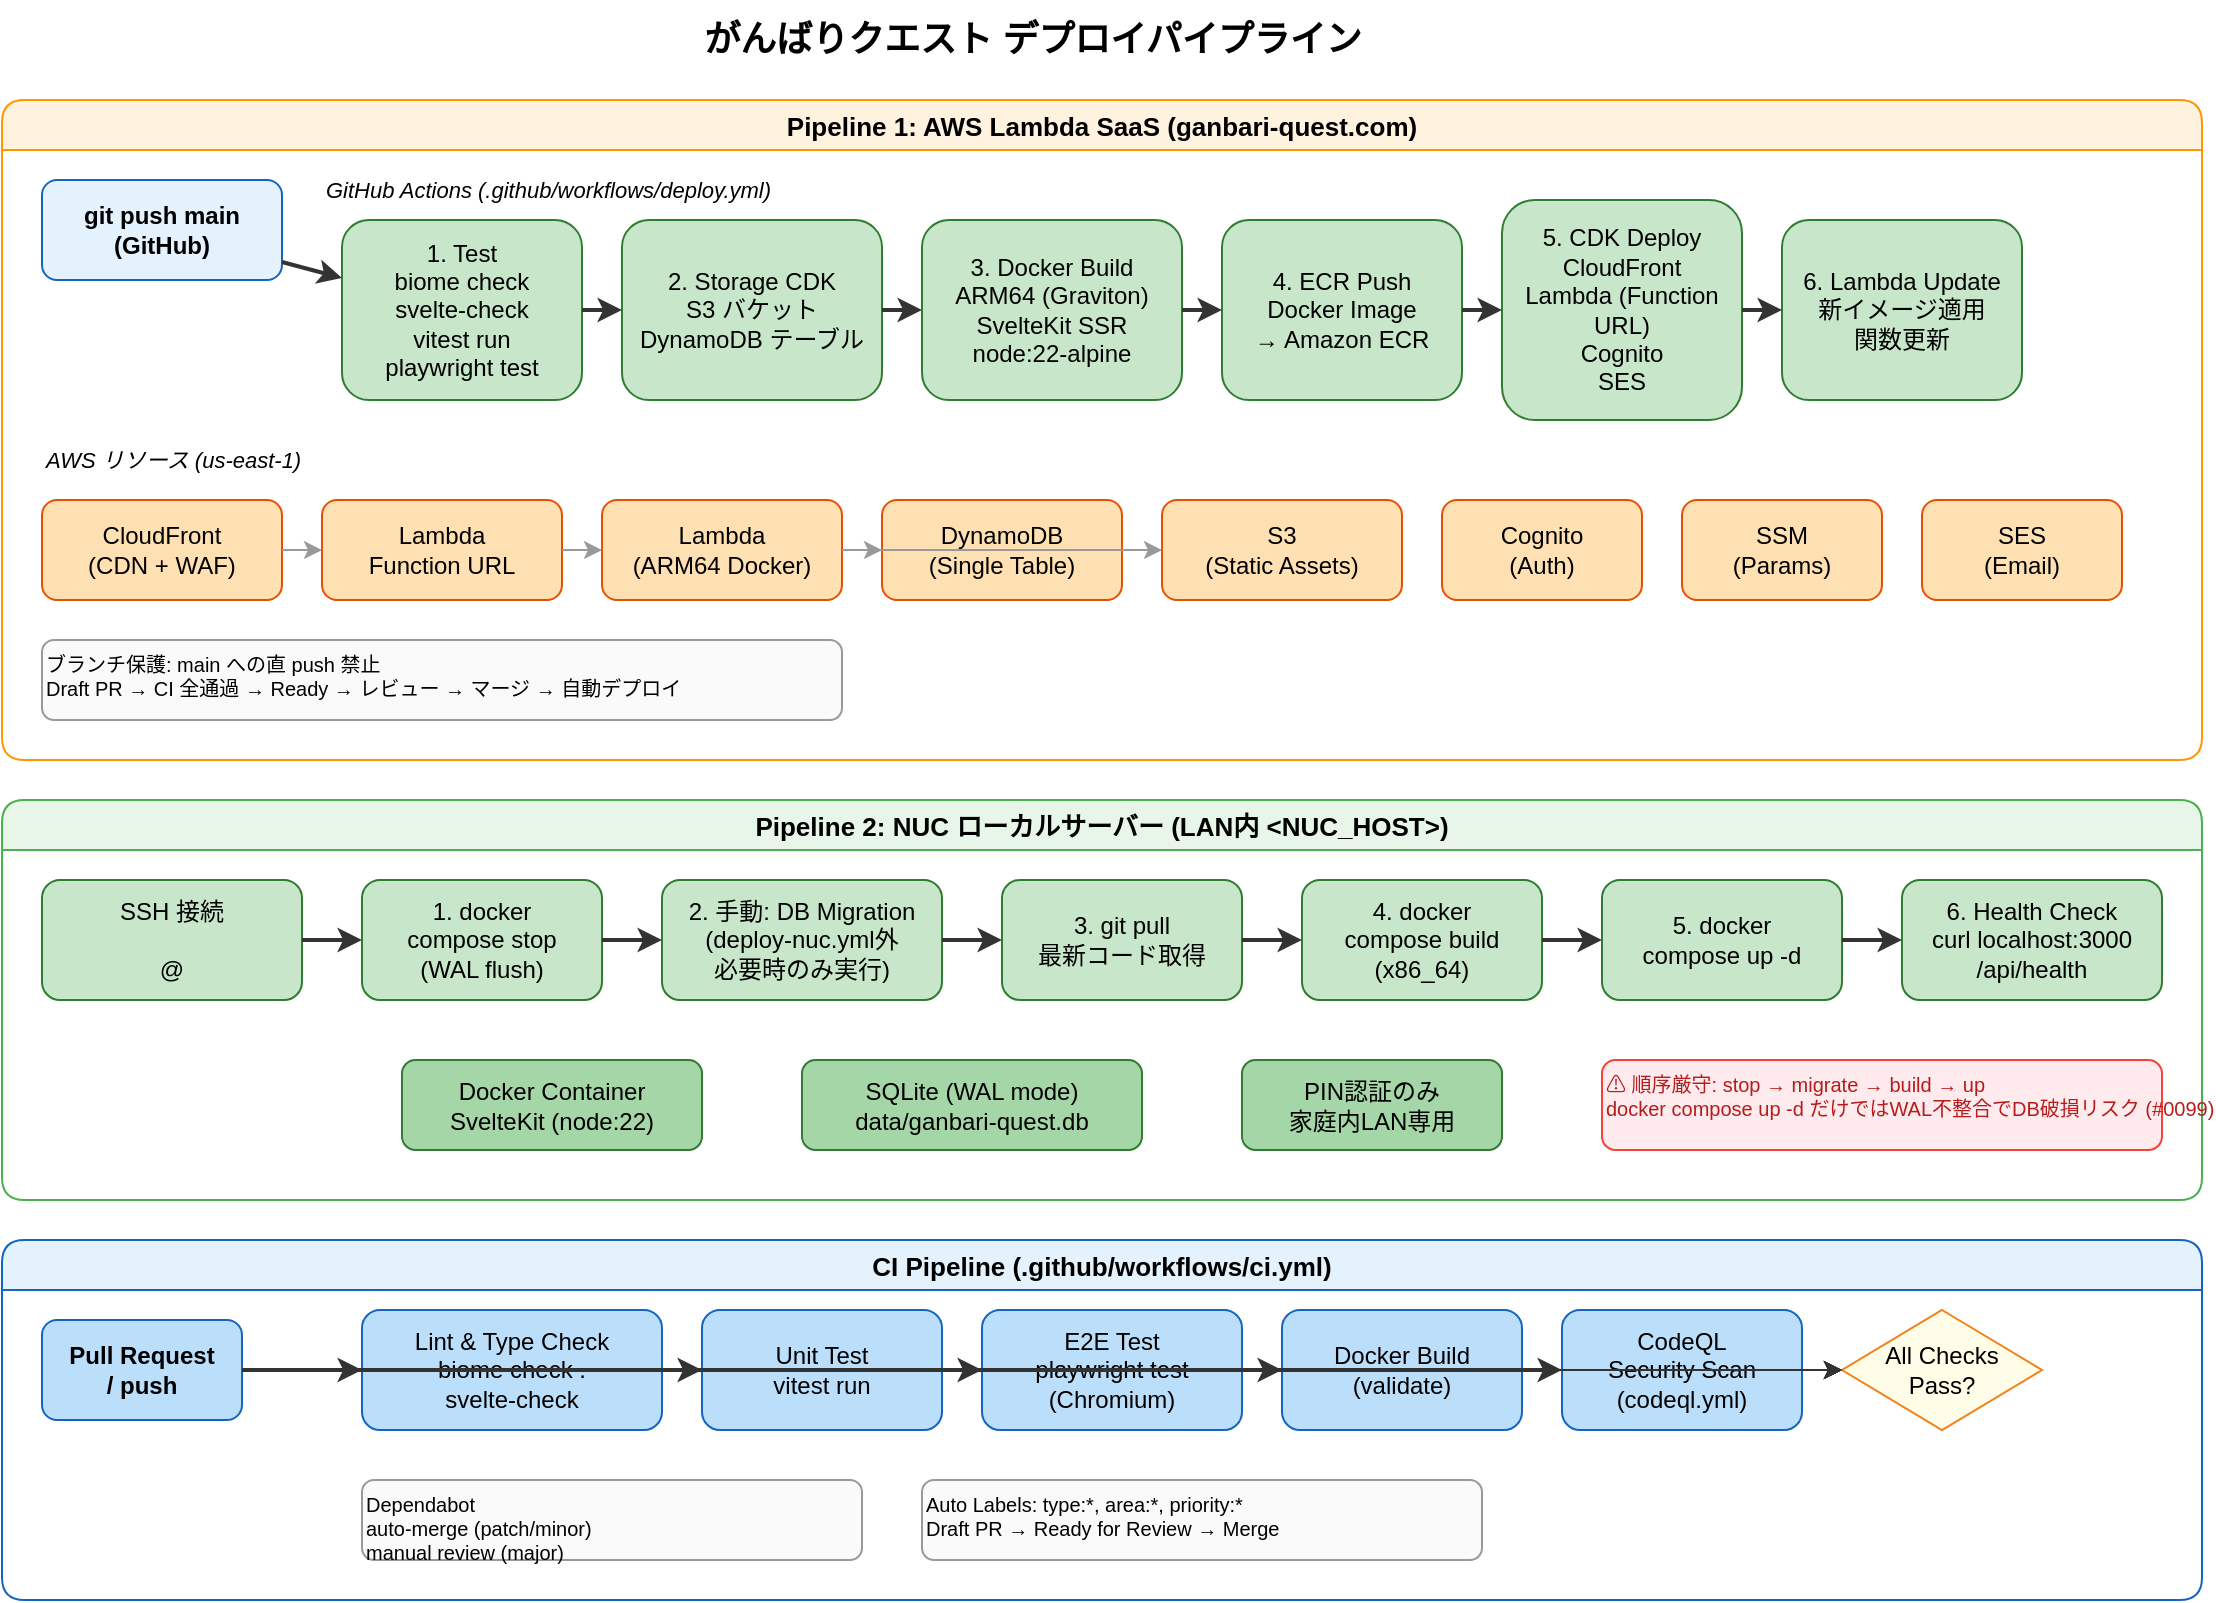
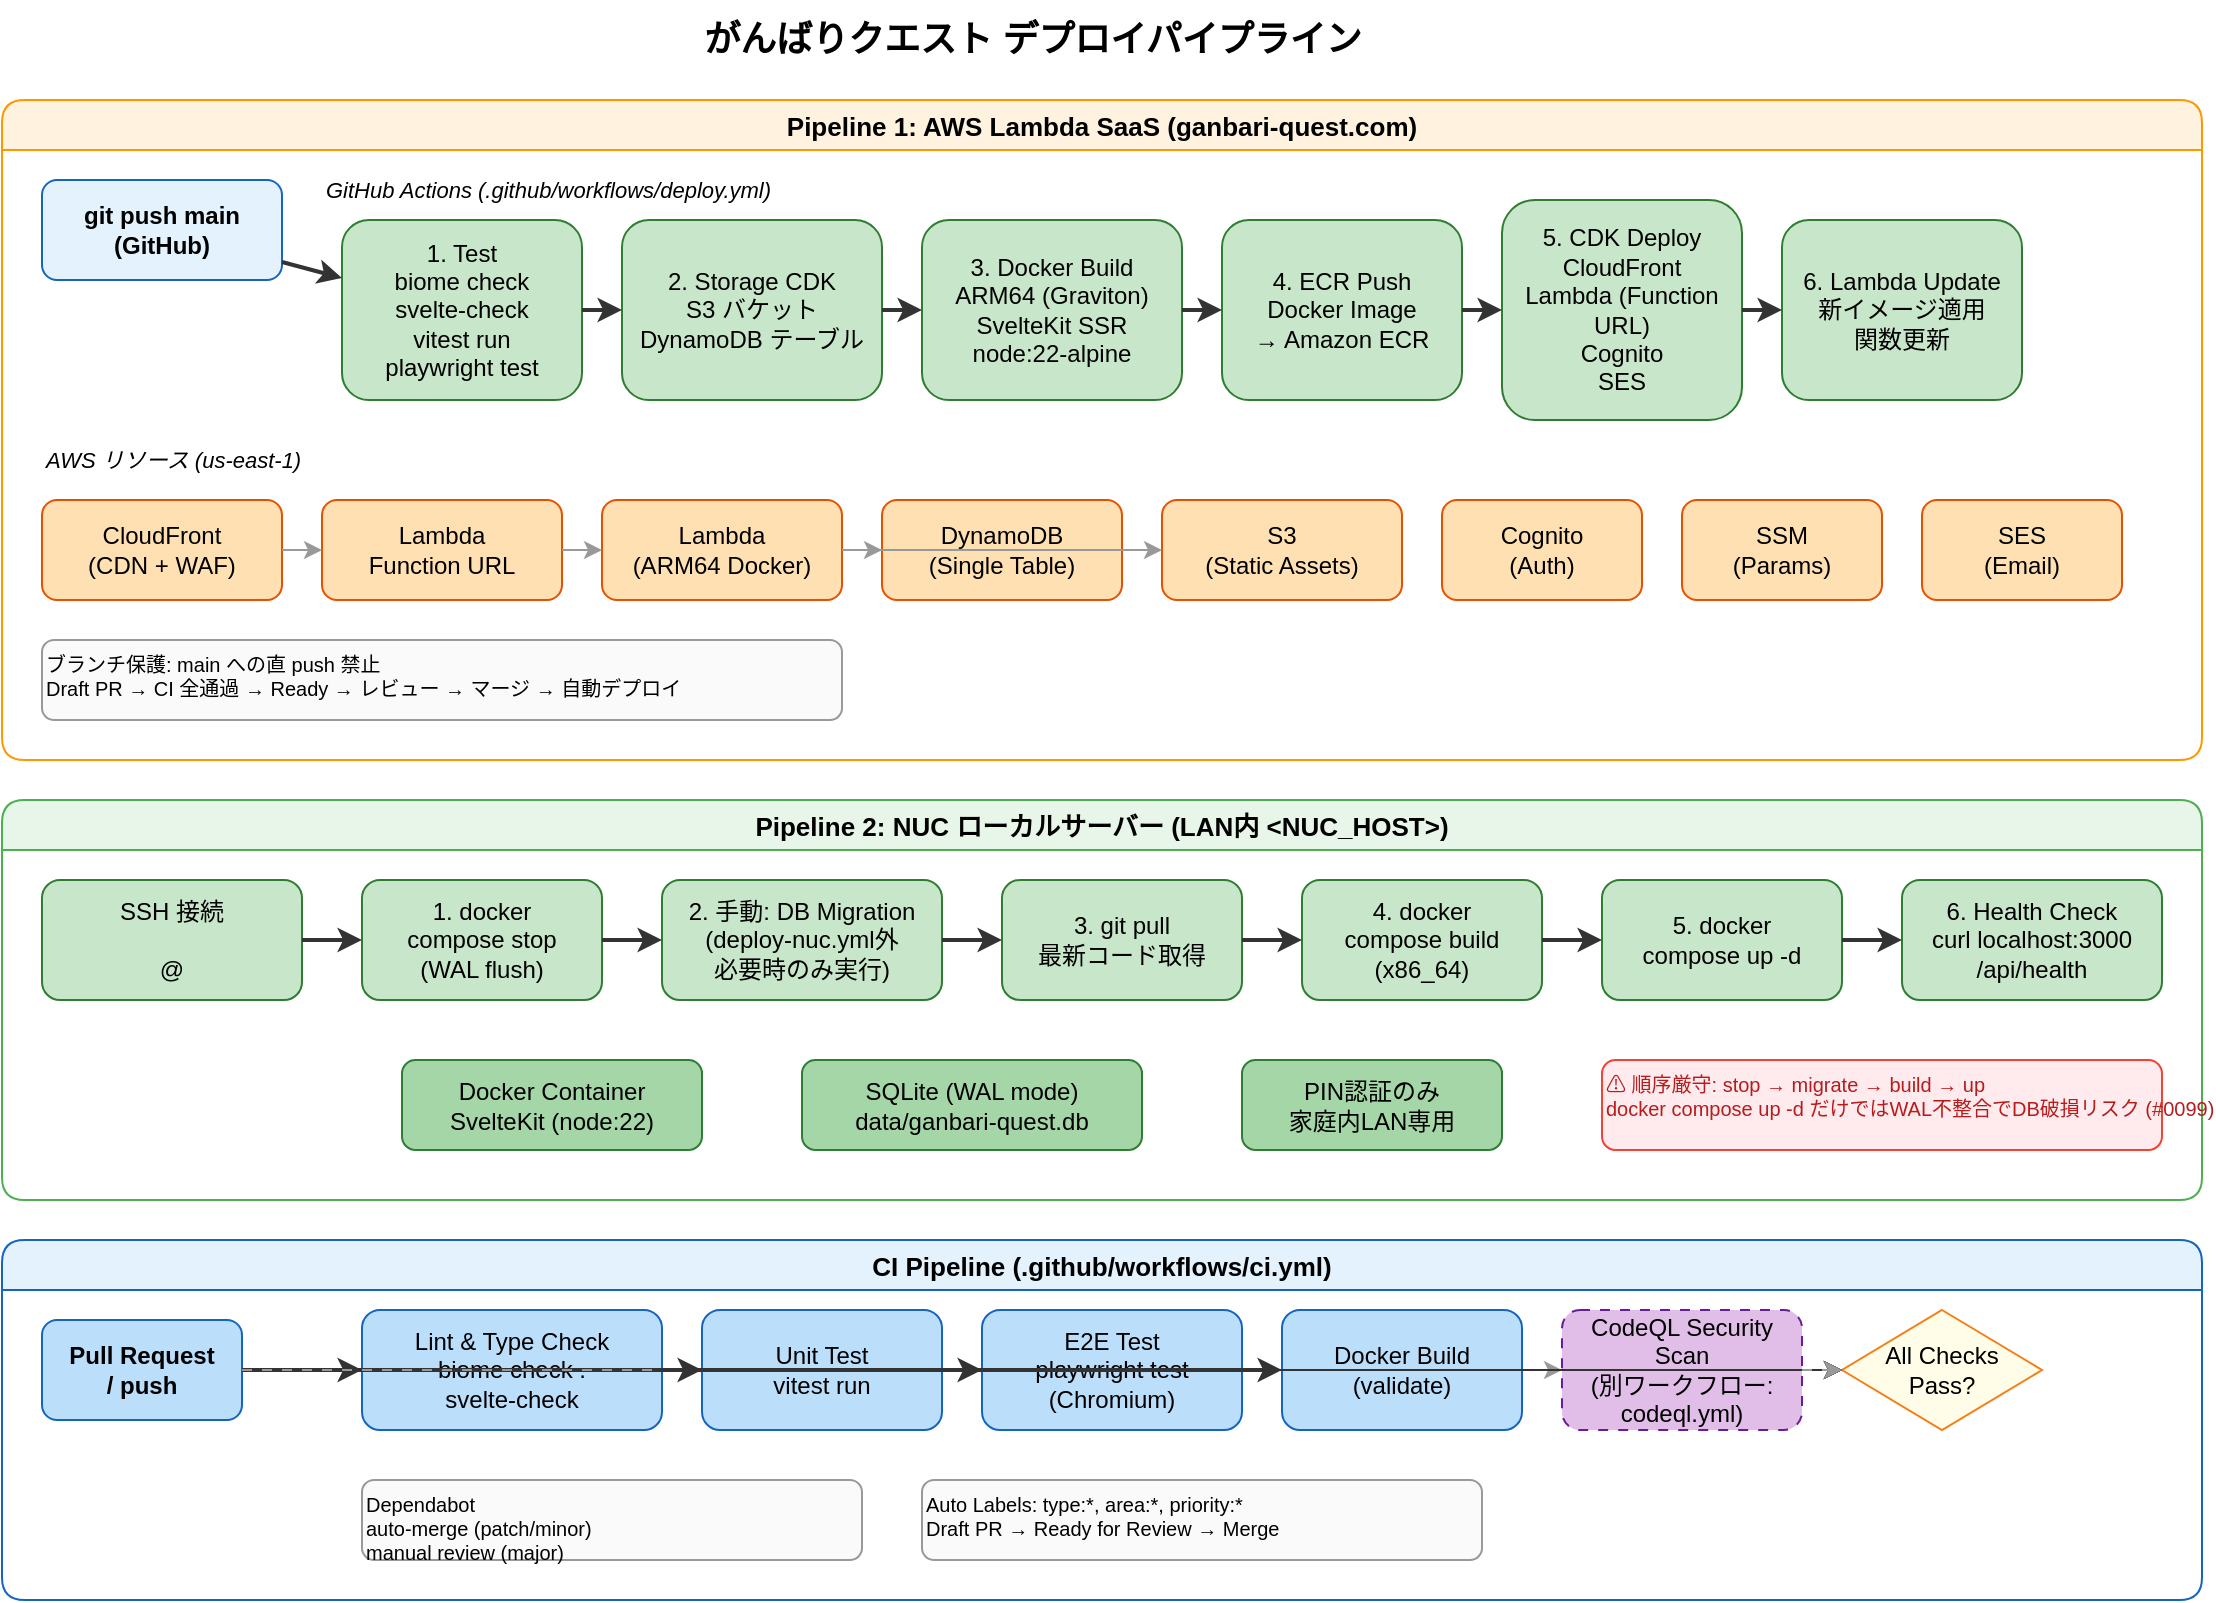
<mxfile host="app.diagrams.net" modified="2026-04-09" agent="Claude" version="24.0.0" type="device">
  <diagram id="deploy-pipeline" name="Deploy Pipeline">
    <mxGraphModel dx="1422" dy="900" grid="1" gridSize="10" guides="1" tooltips="1" connect="1" arrows="1" fold="1" page="1" pageScale="1" pageWidth="1169" pageHeight="827" math="0" shadow="0">
      <root>
        <mxCell id="0" />
        <mxCell id="1" parent="0" />

        <!-- Title -->
        <mxCell id="title" value="がんばりクエスト デプロイパイプライン" style="text;html=1;align=center;verticalAlign=middle;resizable=0;points=[];autosize=1;strokeColor=none;fillColor=none;fontSize=18;fontStyle=1;" vertex="1" parent="1">
          <mxGeometry x="320" y="10" width="450" height="40" as="geometry" />
        </mxCell>

        <!-- ===== Pipeline 1: AWS Lambda (SaaS) ===== -->
        <mxCell id="p1-group" value="Pipeline 1: AWS Lambda SaaS (ganbari-quest.com)" style="swimlane;startSize=25;fillColor=#FFF3E0;strokeColor=#FF9800;rounded=1;fontSize=13;fontStyle=1;" vertex="1" parent="1">
          <mxGeometry x="30" y="60" width="1100" height="330" as="geometry" />
        </mxCell>

        <!-- Trigger -->
        <mxCell id="p1-trigger" value="git push main&#xa;(GitHub)" style="rounded=1;whiteSpace=wrap;html=1;fillColor=#E3F2FD;strokeColor=#1565C0;fontStyle=1;" vertex="1" parent="p1-group">
          <mxGeometry x="20" y="40" width="120" height="50" as="geometry" />
        </mxCell>

        <!-- GitHub Actions -->
        <mxCell id="p1-ga-label" value="GitHub Actions (.github/workflows/deploy.yml)" style="text;html=1;align=left;verticalAlign=middle;strokeColor=none;fillColor=none;fontSize=11;fontStyle=2;" vertex="1" parent="p1-group">
          <mxGeometry x="160" y="35" width="350" height="20" as="geometry" />
        </mxCell>

        <!-- Step 1: Test -->
        <mxCell id="p1-test" value="1. Test&#xa;biome check&#xa;svelte-check&#xa;vitest run&#xa;playwright test" style="rounded=1;whiteSpace=wrap;html=1;fillColor=#C8E6C9;strokeColor=#2E7D32;" vertex="1" parent="p1-group">
          <mxGeometry x="170" y="60" width="120" height="90" as="geometry" />
        </mxCell>

        <!-- Step 2: Storage CDK -->
        <mxCell id="p1-storage" value="2. Storage CDK&#xa;S3 バケット&#xa;DynamoDB テーブル" style="rounded=1;whiteSpace=wrap;html=1;fillColor=#C8E6C9;strokeColor=#2E7D32;" vertex="1" parent="p1-group">
          <mxGeometry x="310" y="60" width="130" height="90" as="geometry" />
        </mxCell>

        <!-- Step 3: Docker Build -->
        <mxCell id="p1-docker" value="3. Docker Build&#xa;ARM64 (Graviton)&#xa;SvelteKit SSR&#xa;node:22-alpine" style="rounded=1;whiteSpace=wrap;html=1;fillColor=#C8E6C9;strokeColor=#2E7D32;" vertex="1" parent="p1-group">
          <mxGeometry x="460" y="60" width="130" height="90" as="geometry" />
        </mxCell>

        <!-- Step 4: ECR Push -->
        <mxCell id="p1-ecr" value="4. ECR Push&#xa;Docker Image&#xa;→ Amazon ECR" style="rounded=1;whiteSpace=wrap;html=1;fillColor=#C8E6C9;strokeColor=#2E7D32;" vertex="1" parent="p1-group">
          <mxGeometry x="610" y="60" width="120" height="90" as="geometry" />
        </mxCell>

        <!-- Step 5: CDK Deploy -->
        <mxCell id="p1-cdk" value="5. CDK Deploy&#xa;CloudFront&#xa;Lambda (Function URL)&#xa;Cognito&#xa;SES" style="rounded=1;whiteSpace=wrap;html=1;fillColor=#C8E6C9;strokeColor=#2E7D32;" vertex="1" parent="p1-group">
          <mxGeometry x="750" y="50" width="120" height="110" as="geometry" />
        </mxCell>

        <!-- Step 6: Lambda Update -->
        <mxCell id="p1-lambda" value="6. Lambda Update&#xa;新イメージ適用&#xa;関数更新" style="rounded=1;whiteSpace=wrap;html=1;fillColor=#C8E6C9;strokeColor=#2E7D32;" vertex="1" parent="p1-group">
          <mxGeometry x="890" y="60" width="120" height="90" as="geometry" />
        </mxCell>

        <!-- Arrows -->
        <mxCell id="p1-e1" style="strokeColor=#333;strokeWidth=2;" edge="1" source="p1-trigger" target="p1-test" parent="p1-group"><mxGeometry relative="1" as="geometry" /></mxCell>
        <mxCell id="p1-e2" style="strokeColor=#333;strokeWidth=2;" edge="1" source="p1-test" target="p1-storage" parent="p1-group"><mxGeometry relative="1" as="geometry" /></mxCell>
        <mxCell id="p1-e3" style="strokeColor=#333;strokeWidth=2;" edge="1" source="p1-storage" target="p1-docker" parent="p1-group"><mxGeometry relative="1" as="geometry" /></mxCell>
        <mxCell id="p1-e4" style="strokeColor=#333;strokeWidth=2;" edge="1" source="p1-docker" target="p1-ecr" parent="p1-group"><mxGeometry relative="1" as="geometry" /></mxCell>
        <mxCell id="p1-e5" style="strokeColor=#333;strokeWidth=2;" edge="1" source="p1-ecr" target="p1-cdk" parent="p1-group"><mxGeometry relative="1" as="geometry" /></mxCell>
        <mxCell id="p1-e6" style="strokeColor=#333;strokeWidth=2;" edge="1" source="p1-cdk" target="p1-lambda" parent="p1-group"><mxGeometry relative="1" as="geometry" /></mxCell>

        <!-- AWS Resources -->
        <mxCell id="p1-aws-label" value="AWS リソース (us-east-1)" style="text;html=1;align=left;verticalAlign=middle;strokeColor=none;fillColor=none;fontSize=11;fontStyle=2;" vertex="1" parent="p1-group">
          <mxGeometry x="20" y="170" width="250" height="20" as="geometry" />
        </mxCell>

        <mxCell id="p1-cf" value="CloudFront&#xa;(CDN + WAF)" style="rounded=1;whiteSpace=wrap;html=1;fillColor=#FFE0B2;strokeColor=#E65100;" vertex="1" parent="p1-group">
          <mxGeometry x="20" y="200" width="120" height="50" as="geometry" />
        </mxCell>
        <mxCell id="p1-apigw" value="Lambda&#xa;Function URL" style="rounded=1;whiteSpace=wrap;html=1;fillColor=#FFE0B2;strokeColor=#E65100;" vertex="1" parent="p1-group">
          <mxGeometry x="160" y="200" width="120" height="50" as="geometry" />
        </mxCell>
        <mxCell id="p1-lam" value="Lambda&#xa;(ARM64 Docker)" style="rounded=1;whiteSpace=wrap;html=1;fillColor=#FFE0B2;strokeColor=#E65100;" vertex="1" parent="p1-group">
          <mxGeometry x="300" y="200" width="120" height="50" as="geometry" />
        </mxCell>
        <mxCell id="p1-ddb" value="DynamoDB&#xa;(Single Table)" style="rounded=1;whiteSpace=wrap;html=1;fillColor=#FFE0B2;strokeColor=#E65100;" vertex="1" parent="p1-group">
          <mxGeometry x="440" y="200" width="120" height="50" as="geometry" />
        </mxCell>
        <mxCell id="p1-s3" value="S3&#xa;(Static Assets)" style="rounded=1;whiteSpace=wrap;html=1;fillColor=#FFE0B2;strokeColor=#E65100;" vertex="1" parent="p1-group">
          <mxGeometry x="580" y="200" width="120" height="50" as="geometry" />
        </mxCell>
        <mxCell id="p1-cog" value="Cognito&#xa;(Auth)" style="rounded=1;whiteSpace=wrap;html=1;fillColor=#FFE0B2;strokeColor=#E65100;" vertex="1" parent="p1-group">
          <mxGeometry x="720" y="200" width="100" height="50" as="geometry" />
        </mxCell>
        <mxCell id="p1-ssm" value="SSM&#xa;(Params)" style="rounded=1;whiteSpace=wrap;html=1;fillColor=#FFE0B2;strokeColor=#E65100;" vertex="1" parent="p1-group">
          <mxGeometry x="840" y="200" width="100" height="50" as="geometry" />
        </mxCell>
        <mxCell id="p1-ses2" value="SES&#xa;(Email)" style="rounded=1;whiteSpace=wrap;html=1;fillColor=#FFE0B2;strokeColor=#E65100;" vertex="1" parent="p1-group">
          <mxGeometry x="960" y="200" width="100" height="50" as="geometry" />
        </mxCell>

        <mxCell id="p1-aws-e1" style="strokeColor=#999;strokeWidth=1;" edge="1" source="p1-cf" target="p1-apigw" parent="p1-group"><mxGeometry relative="1" as="geometry" /></mxCell>
        <mxCell id="p1-aws-e2" style="strokeColor=#999;strokeWidth=1;" edge="1" source="p1-apigw" target="p1-lam" parent="p1-group"><mxGeometry relative="1" as="geometry" /></mxCell>
        <mxCell id="p1-aws-e3" style="strokeColor=#999;strokeWidth=1;" edge="1" source="p1-lam" target="p1-ddb" parent="p1-group"><mxGeometry relative="1" as="geometry" /></mxCell>
        <mxCell id="p1-aws-e4" style="strokeColor=#999;strokeWidth=1;" edge="1" source="p1-lam" target="p1-s3" parent="p1-group"><mxGeometry relative="1" as="geometry" /></mxCell>

        <!-- Note -->
        <mxCell id="p1-note" value="ブランチ保護: main への直 push 禁止&#xa;Draft PR → CI 全通過 → Ready → レビュー → マージ → 自動デプロイ" style="text;html=1;align=left;verticalAlign=top;strokeColor=#999;fillColor=#FAFAFA;rounded=1;fontSize=10;" vertex="1" parent="p1-group">
          <mxGeometry x="20" y="270" width="400" height="40" as="geometry" />
        </mxCell>

        <!-- ===== Pipeline 2: NUC Local (LAN) ===== -->
        <mxCell id="p2-group" value="Pipeline 2: NUC ローカルサーバー (LAN内 &lt;NUC_HOST&gt;)" style="swimlane;startSize=25;fillColor=#E8F5E9;strokeColor=#4CAF50;rounded=1;fontSize=13;fontStyle=1;" vertex="1" parent="1">
          <mxGeometry x="30" y="410" width="1100" height="200" as="geometry" />
        </mxCell>

        <mxCell id="p2-ssh" value="SSH 接続&#xa;&lt;NUC_USER&gt;&#xa;@&lt;NUC_HOST&gt;" style="rounded=1;whiteSpace=wrap;html=1;fillColor=#C8E6C9;strokeColor=#2E7D32;" vertex="1" parent="p2-group">
          <mxGeometry x="20" y="40" width="130" height="60" as="geometry" />
        </mxCell>
        <mxCell id="p2-stop" value="1. docker&#xa;compose stop&#xa;(WAL flush)" style="rounded=1;whiteSpace=wrap;html=1;fillColor=#C8E6C9;strokeColor=#2E7D32;" vertex="1" parent="p2-group">
          <mxGeometry x="180" y="40" width="120" height="60" as="geometry" />
        </mxCell>
        <mxCell id="p2-migrate" value="2. 手動: DB Migration&#xa;(deploy-nuc.yml外&#xa;必要時のみ実行)" style="rounded=1;whiteSpace=wrap;html=1;fillColor=#C8E6C9;strokeColor=#2E7D32;" vertex="1" parent="p2-group">
          <mxGeometry x="330" y="40" width="140" height="60" as="geometry" />
        </mxCell>
        <mxCell id="p2-pull" value="3. git pull&#xa;最新コード取得" style="rounded=1;whiteSpace=wrap;html=1;fillColor=#C8E6C9;strokeColor=#2E7D32;" vertex="1" parent="p2-group">
          <mxGeometry x="500" y="40" width="120" height="60" as="geometry" />
        </mxCell>
        <mxCell id="p2-build" value="4. docker&#xa;compose build&#xa;(x86_64)" style="rounded=1;whiteSpace=wrap;html=1;fillColor=#C8E6C9;strokeColor=#2E7D32;" vertex="1" parent="p2-group">
          <mxGeometry x="650" y="40" width="120" height="60" as="geometry" />
        </mxCell>
        <mxCell id="p2-up" value="5. docker&#xa;compose up -d" style="rounded=1;whiteSpace=wrap;html=1;fillColor=#C8E6C9;strokeColor=#2E7D32;" vertex="1" parent="p2-group">
          <mxGeometry x="800" y="40" width="120" height="60" as="geometry" />
        </mxCell>
        <mxCell id="p2-health" value="6. Health Check&#xa;curl localhost:3000&#xa;/api/health" style="rounded=1;whiteSpace=wrap;html=1;fillColor=#C8E6C9;strokeColor=#2E7D32;" vertex="1" parent="p2-group">
          <mxGeometry x="950" y="40" width="130" height="60" as="geometry" />
        </mxCell>

        <mxCell id="p2-e1" style="strokeColor=#333;strokeWidth=2;" edge="1" source="p2-ssh" target="p2-stop" parent="p2-group"><mxGeometry relative="1" as="geometry" /></mxCell>
        <mxCell id="p2-e2" style="strokeColor=#333;strokeWidth=2;" edge="1" source="p2-stop" target="p2-migrate" parent="p2-group"><mxGeometry relative="1" as="geometry" /></mxCell>
        <mxCell id="p2-e3" style="strokeColor=#333;strokeWidth=2;" edge="1" source="p2-migrate" target="p2-pull" parent="p2-group"><mxGeometry relative="1" as="geometry" /></mxCell>
        <mxCell id="p2-e4" style="strokeColor=#333;strokeWidth=2;" edge="1" source="p2-pull" target="p2-build" parent="p2-group"><mxGeometry relative="1" as="geometry" /></mxCell>
        <mxCell id="p2-e5" style="strokeColor=#333;strokeWidth=2;" edge="1" source="p2-build" target="p2-up" parent="p2-group"><mxGeometry relative="1" as="geometry" /></mxCell>
        <mxCell id="p2-e6" style="strokeColor=#333;strokeWidth=2;" edge="1" source="p2-up" target="p2-health" parent="p2-group"><mxGeometry relative="1" as="geometry" /></mxCell>

        <!-- NUC Resources -->
        <mxCell id="p2-docker-res" value="Docker Container&#xa;SvelteKit (node:22)" style="rounded=1;whiteSpace=wrap;html=1;fillColor=#A5D6A7;strokeColor=#2E7D32;" vertex="1" parent="p2-group">
          <mxGeometry x="200" y="130" width="150" height="45" as="geometry" />
        </mxCell>
        <mxCell id="p2-sqlite" value="SQLite (WAL mode)&#xa;data/ganbari-quest.db" style="rounded=1;whiteSpace=wrap;html=1;fillColor=#A5D6A7;strokeColor=#2E7D32;" vertex="1" parent="p2-group">
          <mxGeometry x="400" y="130" width="170" height="45" as="geometry" />
        </mxCell>
        <mxCell id="p2-auth" value="PIN認証のみ&#xa;家庭内LAN専用" style="rounded=1;whiteSpace=wrap;html=1;fillColor=#A5D6A7;strokeColor=#2E7D32;" vertex="1" parent="p2-group">
          <mxGeometry x="620" y="130" width="130" height="45" as="geometry" />
        </mxCell>

        <!-- Warning -->
        <mxCell id="p2-warn" value="⚠ 順序厳守: stop → migrate → build → up&#xa;docker compose up -d だけではWAL不整合でDB破損リスク (#0099)" style="text;html=1;align=left;verticalAlign=top;strokeColor=#F44336;fillColor=#FFEBEE;rounded=1;fontSize=10;fontColor=#B71C1C;" vertex="1" parent="p2-group">
          <mxGeometry x="800" y="130" width="280" height="45" as="geometry" />
        </mxCell>

        <!-- ===== CI Pipeline ===== -->
        <mxCell id="p3-group" value="CI Pipeline (.github/workflows/ci.yml)" style="swimlane;startSize=25;fillColor=#E3F2FD;strokeColor=#1565C0;rounded=1;fontSize=13;fontStyle=1;" vertex="1" parent="1">
          <mxGeometry x="30" y="630" width="1100" height="180" as="geometry" />
        </mxCell>

        <mxCell id="p3-pr" value="Pull Request&#xa;/ push" style="rounded=1;whiteSpace=wrap;html=1;fillColor=#BBDEFB;strokeColor=#1565C0;fontStyle=1;" vertex="1" parent="p3-group">
          <mxGeometry x="20" y="40" width="100" height="50" as="geometry" />
        </mxCell>

        <!-- Parallel jobs -->
        <mxCell id="p3-lint" value="Lint &amp; Type Check&#xa;biome check .&#xa;svelte-check" style="rounded=1;whiteSpace=wrap;html=1;fillColor=#BBDEFB;strokeColor=#1565C0;" vertex="1" parent="p3-group">
          <mxGeometry x="180" y="35" width="150" height="60" as="geometry" />
        </mxCell>
        <mxCell id="p3-unit" value="Unit Test&#xa;vitest run" style="rounded=1;whiteSpace=wrap;html=1;fillColor=#BBDEFB;strokeColor=#1565C0;" vertex="1" parent="p3-group">
          <mxGeometry x="350" y="35" width="120" height="60" as="geometry" />
        </mxCell>
        <mxCell id="p3-e2e" value="E2E Test&#xa;playwright test&#xa;(Chromium)" style="rounded=1;whiteSpace=wrap;html=1;fillColor=#BBDEFB;strokeColor=#1565C0;" vertex="1" parent="p3-group">
          <mxGeometry x="490" y="35" width="130" height="60" as="geometry" />
        </mxCell>
        <mxCell id="p3-docker-check" value="Docker Build&#xa;(validate)" style="rounded=1;whiteSpace=wrap;html=1;fillColor=#BBDEFB;strokeColor=#1565C0;" vertex="1" parent="p3-group">
          <mxGeometry x="640" y="35" width="120" height="60" as="geometry" />
        </mxCell>
-         <mxCell id="p3-codeql" value="CodeQL&#xa;Security Scan&#xa;(codeql.yml)" style="rounded=1;whiteSpace=wrap;html=1;fillColor=#BBDEFB;strokeColor=#1565C0;" vertex="1" parent="p3-group">
+         <mxCell id="p3-codeql" value="CodeQL Security Scan&#xa;(別ワークフロー:&#xa;codeql.yml)" style="rounded=1;whiteSpace=wrap;html=1;fillColor=#E1BEE7;strokeColor=#6A1B9A;dashed=1;dashPattern=5 5;" vertex="1" parent="p3-group">
          <mxGeometry x="780" y="35" width="120" height="60" as="geometry" />
        </mxCell>

        <!-- Result -->
        <mxCell id="p3-gate" value="All Checks&#xa;Pass?" style="shape=rhombus;whiteSpace=wrap;html=1;fillColor=#FFFDE7;strokeColor=#F57F17;" vertex="1" parent="p3-group">
          <mxGeometry x="920" y="35" width="100" height="60" as="geometry" />
        </mxCell>

        <mxCell id="p3-e1a" style="strokeColor=#333;strokeWidth=2;" edge="1" source="p3-pr" target="p3-lint" parent="p3-group"><mxGeometry relative="1" as="geometry" /></mxCell>
        <mxCell id="p3-e1b" style="strokeColor=#333;strokeWidth=2;" edge="1" source="p3-pr" target="p3-unit" parent="p3-group"><mxGeometry relative="1" as="geometry" /></mxCell>
        <mxCell id="p3-e1c" style="strokeColor=#333;strokeWidth=2;" edge="1" source="p3-pr" target="p3-e2e" parent="p3-group"><mxGeometry relative="1" as="geometry" /></mxCell>
        <mxCell id="p3-e1d" style="strokeColor=#333;strokeWidth=2;" edge="1" source="p3-pr" target="p3-docker-check" parent="p3-group"><mxGeometry relative="1" as="geometry" /></mxCell>
-         <mxCell id="p3-e1e" style="strokeColor=#333;strokeWidth=2;" edge="1" source="p3-pr" target="p3-codeql" parent="p3-group"><mxGeometry relative="1" as="geometry" /></mxCell>
+         <mxCell id="p3-e1e" style="strokeColor=#999;strokeWidth=1;dashed=1;dashPattern=5 5;" edge="1" source="p3-pr" target="p3-codeql" parent="p3-group"><mxGeometry relative="1" as="geometry" /></mxCell>
        <mxCell id="p3-e2a" style="strokeColor=#333;strokeWidth=1;" edge="1" source="p3-lint" target="p3-gate" parent="p3-group"><mxGeometry relative="1" as="geometry" /></mxCell>
        <mxCell id="p3-e2b" style="strokeColor=#333;strokeWidth=1;" edge="1" source="p3-unit" target="p3-gate" parent="p3-group"><mxGeometry relative="1" as="geometry" /></mxCell>
        <mxCell id="p3-e2c" style="strokeColor=#333;strokeWidth=1;" edge="1" source="p3-e2e" target="p3-gate" parent="p3-group"><mxGeometry relative="1" as="geometry" /></mxCell>
        <mxCell id="p3-e2d" style="strokeColor=#333;strokeWidth=1;" edge="1" source="p3-docker-check" target="p3-gate" parent="p3-group"><mxGeometry relative="1" as="geometry" /></mxCell>
-         <mxCell id="p3-e2e2" style="strokeColor=#333;strokeWidth=1;" edge="1" source="p3-codeql" target="p3-gate" parent="p3-group"><mxGeometry relative="1" as="geometry" /></mxCell>
+         <mxCell id="p3-e2e2" style="strokeColor=#999;strokeWidth=1;dashed=1;dashPattern=5 5;" edge="1" source="p3-codeql" target="p3-gate" parent="p3-group"><mxGeometry relative="1" as="geometry" /></mxCell>

        <!-- Dependabot -->
        <mxCell id="p3-depbot" value="Dependabot&#xa;auto-merge (patch/minor)&#xa;manual review (major)" style="text;html=1;align=left;verticalAlign=top;strokeColor=#999;fillColor=#FAFAFA;rounded=1;fontSize=10;" vertex="1" parent="p3-group">
          <mxGeometry x="180" y="120" width="250" height="40" as="geometry" />
        </mxCell>
        <mxCell id="p3-labels" value="Auto Labels: type:*, area:*, priority:*&#xa;Draft PR → Ready for Review → Merge" style="text;html=1;align=left;verticalAlign=top;strokeColor=#999;fillColor=#FAFAFA;rounded=1;fontSize=10;" vertex="1" parent="p3-group">
          <mxGeometry x="460" y="120" width="280" height="40" as="geometry" />
        </mxCell>
      </root>
    </mxGraphModel>
  </diagram>
</mxfile>
